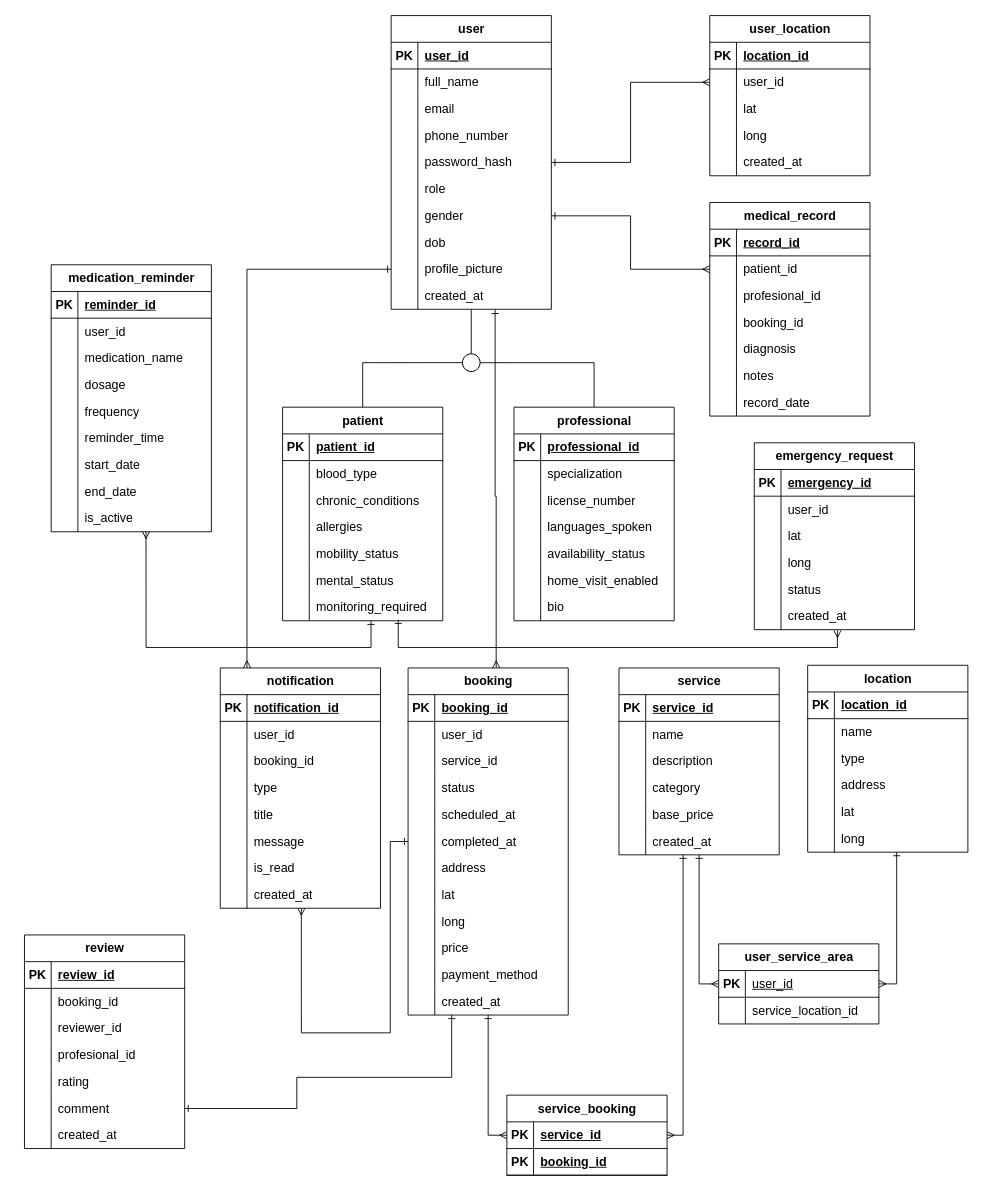
The draw.io diagram Dawi DB.drawio in TacoMaster04/draw.io, before the edit. Source tidied: cells renumbered, new cells numbered last; positions are measured from the earlier drawing's top-left corner, leaving out a move shared by most shapes. Both pictures are drawn from the tidied source at 89%, with x=0, y=0 at pixel (24, 15).
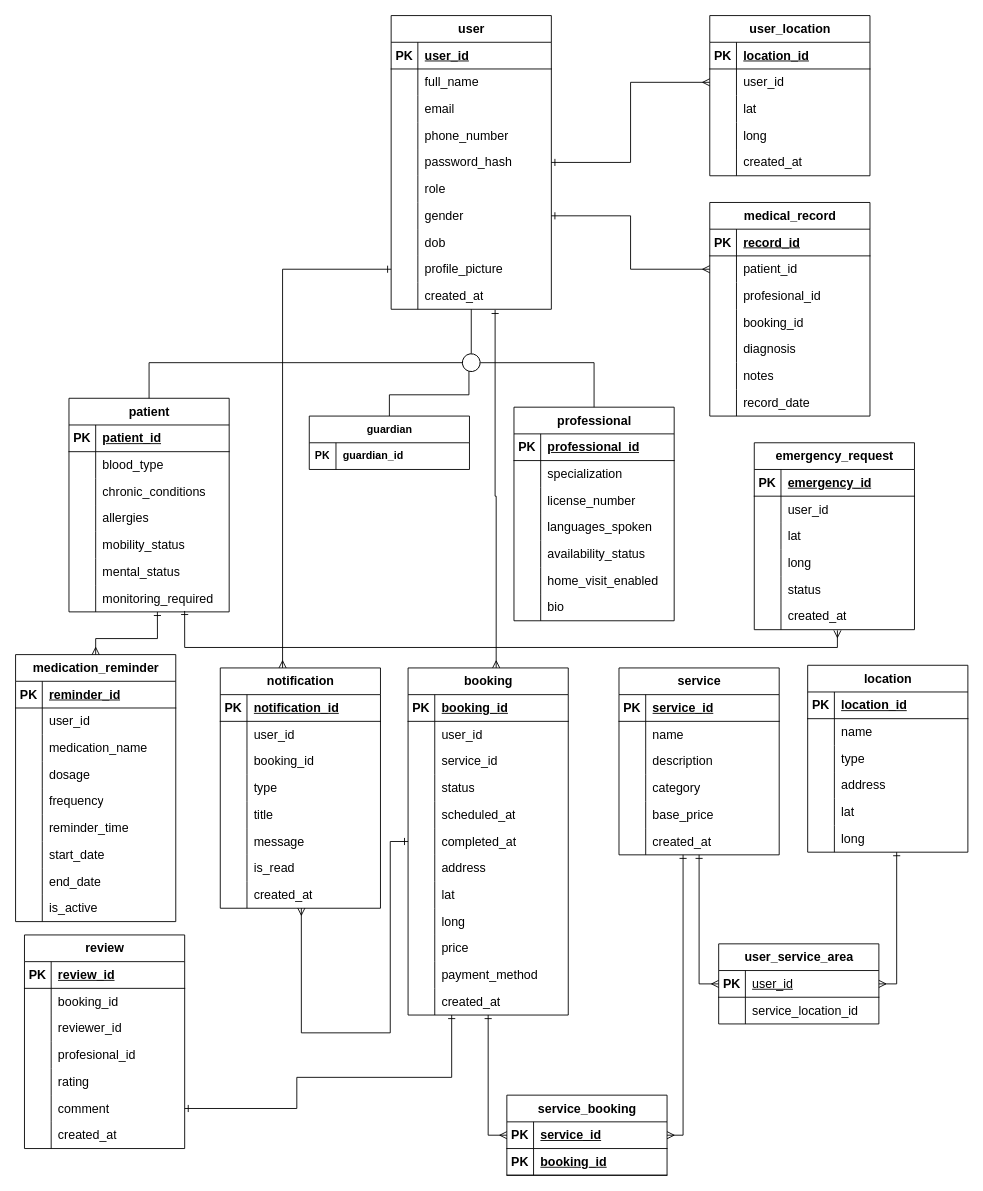
The same page after the edit.

The change refers to these unchanged cells:
```xml
<mxCell id="32" style="shape=tableRow;horizontal=0;startSize=0;swimlaneHead=0;swimlaneBody=0;fillColor=none;points=[[0,0.5],[1,0.5]];portConstraint=eastwest;top=0;left=0;right=0;bottom=0;fontSize=14;" parent="7" vertex="1">
  <mxGeometry y="270" width="180" height="30" as="geometry" />
</mxCell>
<mxCell id="82" style="shape=tableRow;horizontal=0;startSize=0;swimlaneHead=0;swimlaneBody=0;fillColor=none;points=[[0,0.5],[1,0.5]];portConstraint=eastwest;top=0;left=0;right=0;bottom=0;fontSize=14;" parent="57" vertex="1">
  <mxGeometry y="270" width="180" height="30" as="geometry" />
</mxCell>
<mxCell id="135" value="notification" style="shape=table;startSize=30;childLayout=tableLayout;rowLines=0;fontStyle=1;align=center;html=1;fontSize=14;" parent="1" vertex="1">
  <mxGeometry x="220" y="733" width="180" height="270" as="geometry" />
</mxCell>
<mxCell id="277" style="shape=tableRow;horizontal=0;startSize=0;swimlaneHead=0;swimlaneBody=0;fillColor=none;points=[[0,0.5],[1,0.5]];portConstraint=eastwest;top=0;left=0;right=0;bottom=0;fontSize=14;" parent="258" vertex="1">
  <mxGeometry y="210" width="180" height="30" as="geometry" />
</mxCell>
<mxCell id="304" style="ellipse;whiteSpace=wrap;html=1;startSize=30;fontStyle=1;rotation=15;fontSize=14;" parent="1" vertex="1">
  <mxGeometry x="492" y="380" width="20" height="20" as="geometry" />
</mxCell>
```

The edit, as a diff of the source:
```diff
@@
     <mxCell id="57" value="medication_reminder" style="shape=table;startSize=30;childLayout=tableLayout;rowLines=0;fontStyle=1;align=center;html=1;fontSize=14;" parent="1" vertex="1">
-      <mxGeometry x="30" y="280" width="180" height="300" as="geometry" />
+      <mxGeometry x="-10" y="718" width="180" height="300" as="geometry" />
     </mxCell>
@@
     <mxCell id="258" value="patient" style="shape=table;startSize=30;childLayout=tableLayout;rowLines=0;fontStyle=1;align=center;html=1;fontSize=14;" parent="1" vertex="1">
-      <mxGeometry x="290" y="440" width="180" height="240" as="geometry" />
+      <mxGeometry x="50" y="430" width="180" height="240" as="geometry" />
     </mxCell>
@@
+    <mxCell id="316" style="edgeStyle=orthogonalEdgeStyle;rounded=0;jettySize=auto;html=1;exitX=0.5;exitY=1;exitDx=0;exitDy=0;entryX=0.5;entryY=0;entryDx=0;entryDy=0;endArrow=none;endFill=0;" parent="1" edge="1" source="304" target="317">
+      <mxGeometry relative="1" as="geometry" />
+    </mxCell>
@@
     <mxCell id="313" style="edgeStyle=orthogonalEdgeStyle;rounded=0;jettySize=auto;html=1;startArrow=ERone;startFill=0;endArrow=ERmany;endFill=0;exitX=0;exitY=0.5;exitDx=0;exitDy=0;fontSize=14;" parent="1" edge="1" source="32" target="135">
       <mxGeometry relative="1" as="geometry">
         <Array as="points">
-          <mxPoint x="250" y="285" />
+          <mxPoint x="290" y="285" />
         </Array>
       </mxGeometry>
     </mxCell>
-    <mxCell id="314" style="edgeStyle=orthogonalEdgeStyle;rounded=0;jettySize=auto;html=1;entryX=0.592;entryY=0.99;entryDx=0;entryDy=0;startArrow=ERone;startFill=0;endArrow=ERmany;endFill=0;exitX=0.552;exitY=1.003;exitDx=0;exitDy=0;exitPerimeter=0;entryPerimeter=0;fontSize=14;" parent="1" edge="1" source="277" target="82">
+    <mxCell id="314" style="edgeStyle=orthogonalEdgeStyle;rounded=0;jettySize=auto;html=1;entryX=0.5;entryY=0;entryDx=0;entryDy=0;startArrow=ERone;startFill=0;endArrow=ERmany;endFill=0;exitX=0.552;exitY=1.003;exitDx=0;exitDy=0;exitPerimeter=0;fontSize=14;" parent="1" edge="1" source="277" target="57">
       <mxGeometry relative="1" as="geometry">
         <Array as="points">
-          <mxPoint x="389" y="710" />
-          <mxPoint x="137" y="710" />
+          <mxPoint x="149" y="700" />
+          <mxPoint x="80" y="700" />
         </Array>
       </mxGeometry>
     </mxCell>
@@
+    <mxCell id="317" value="guardian" style="shape=table;startSize=30;childLayout=tableLayout;rowLines=0;fontStyle=1;align=center;html=1;" parent="1" vertex="1">
+      <mxGeometry x="320" y="450" width="180" height="60" as="geometry" />
+    </mxCell>
+    <mxCell id="318" style="shape=tableRow;horizontal=0;startSize=0;swimlaneHead=0;swimlaneBody=0;fillColor=none;top=0;left=0;right=0;bottom=0;" parent="317" vertex="1">
+      <mxGeometry y="30" width="180" height="30" as="geometry" />
+    </mxCell>
+    <mxCell id="319" value="&lt;b&gt;PK&lt;/b&gt;" style="shape=partialRectangle;fillColor=none;top=0;left=0;bottom=0;right=0;overflow=hidden;whiteSpace=wrap;html=1;" parent="318" vertex="1">
+      <mxGeometry width="30" height="30" as="geometry" />
+    </mxCell>
+    <mxCell id="320" value="&lt;b&gt;guardian_id&lt;/b&gt;" style="shape=partialRectangle;fillColor=none;top=0;left=0;bottom=0;right=0;align=left;spacingLeft=6;overflow=hidden;whiteSpace=wrap;html=1;" parent="318" vertex="1">
+      <mxGeometry x="30" width="150" height="30" as="geometry" />
+    </mxCell>
```
